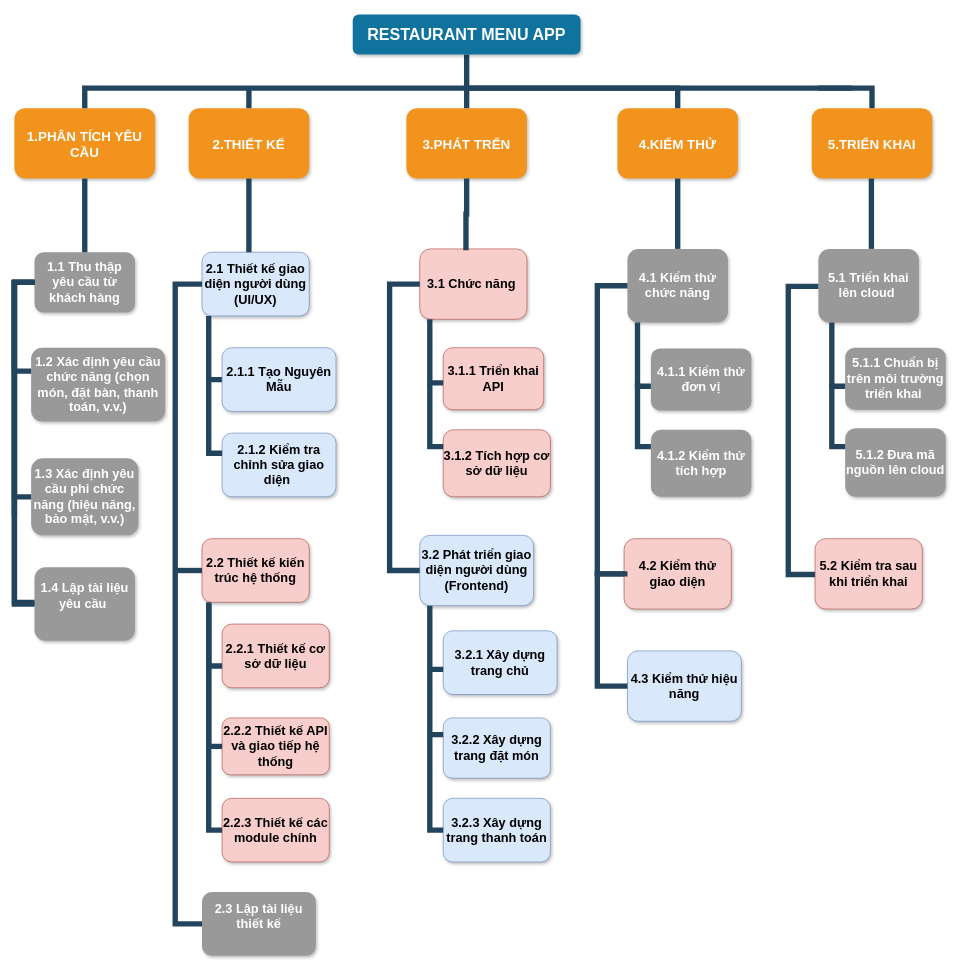
Earlier version of the draw.io diagram WBS.drawio (NhatBlue123/IndividualExercise). Source tidied: cells renumbered, new cells numbered last; positions are measured from the earlier drawing's top-left corner, leaving out a move shared by most shapes. Both pictures are drawn from the tidied source at 67%, with x=0, y=0 at pixel (14, 14).
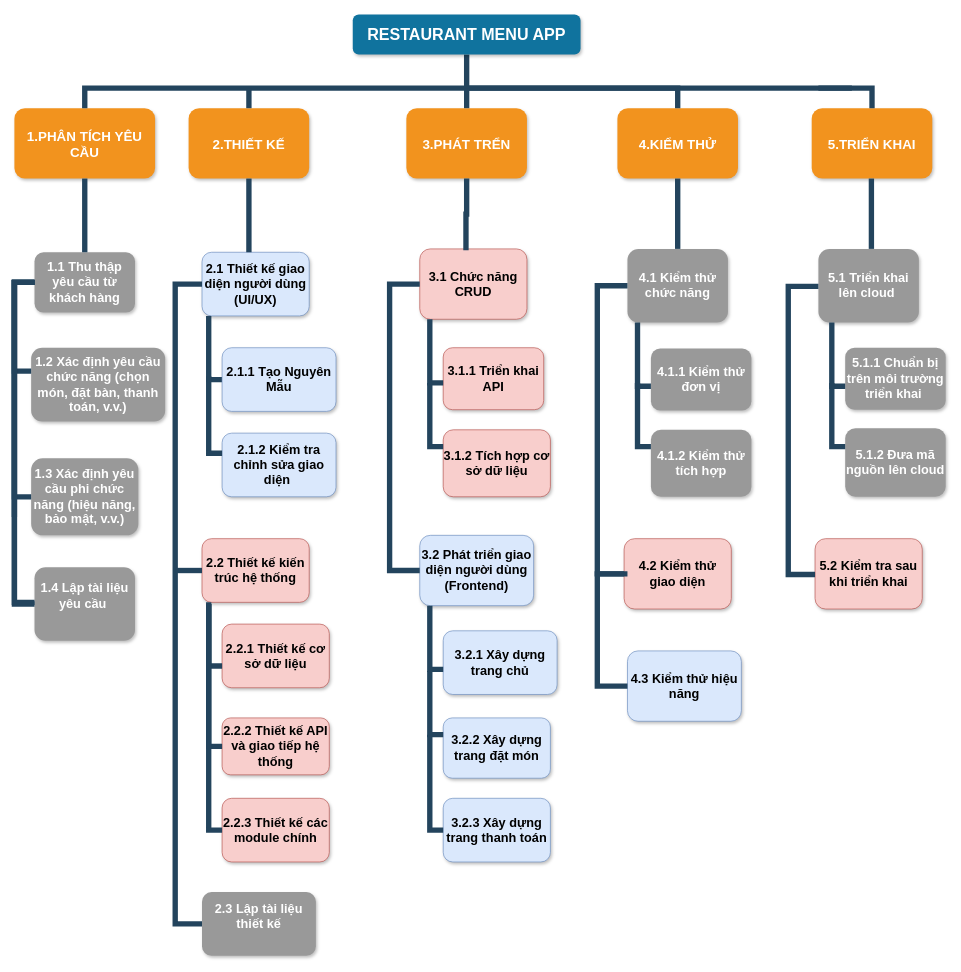
Above is the later version.

Commit message (it also covers changes not shown here):
Cập nhật WBS.drawio

Change to the diagram source:
```diff
@@
-    <mxCell id="27" value="3.1 Chức năng " style="whiteSpace=wrap;rounded=1;fillColor=#f8cecc;strokeColor=#b85450;shadow=1;fontStyle=1;fontSize=19;" parent="1" vertex="1">
+    <mxCell id="27" value="3.1 Chức năng CRUD" style="whiteSpace=wrap;rounded=1;fillColor=#f8cecc;strokeColor=#b85450;shadow=1;fontStyle=1;fontSize=19;" parent="1" vertex="1">
       <mxGeometry x="605" y="350" width="160" height="105" as="geometry" />
     </mxCell>
```
